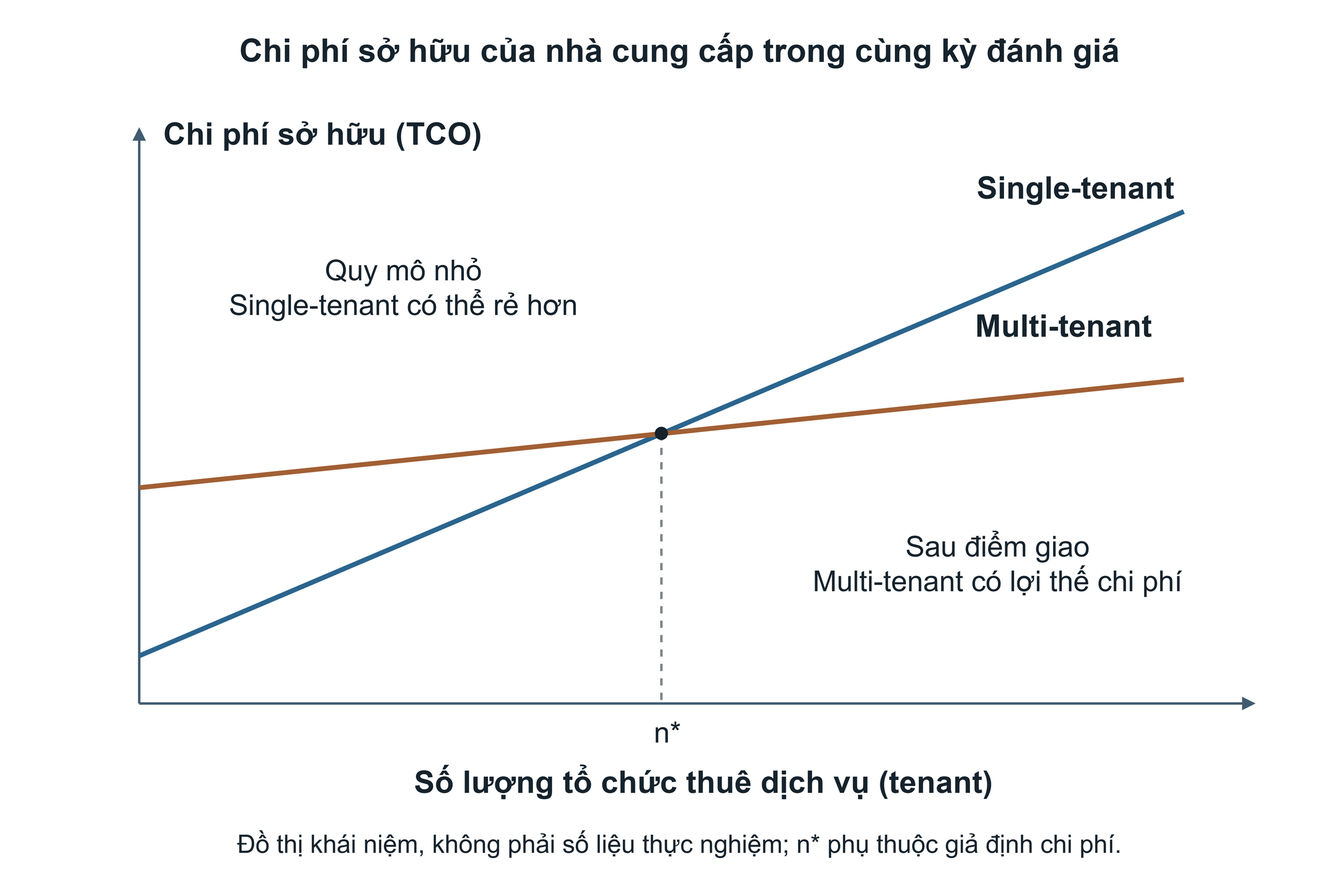
Before: output/report-theo-dany/figures/editable-png/hinh_1_2_tco.drawio.png, a diagram exported from draw.io (Hungcb123/NCKH-Hung). Source tidied: cells renumbered, new cells last; positions are measured from the earlier drawing's top-left corner, leaving out a move shared by most shapes.
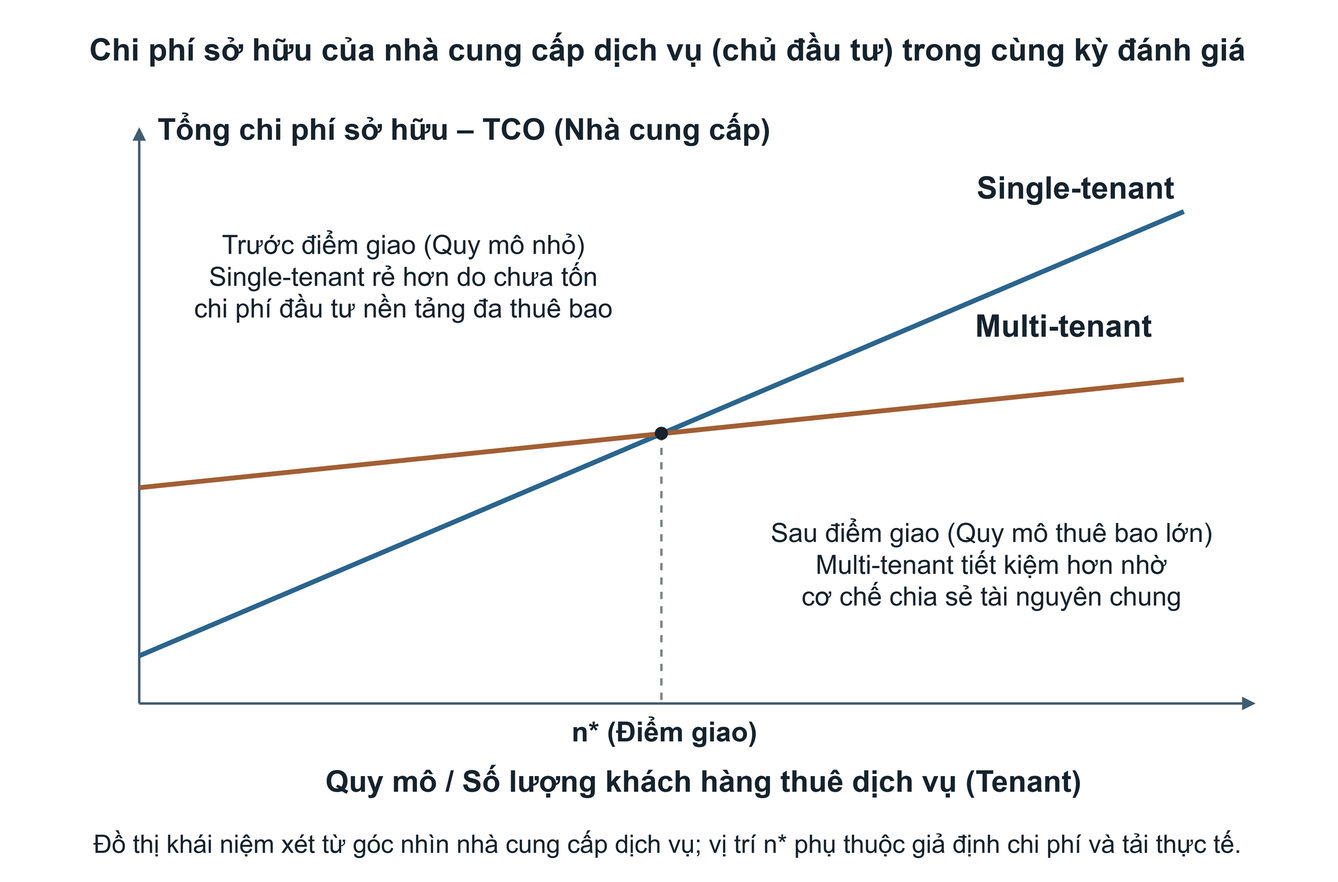
Above is the later version.

Change to the diagram source:
```diff
@@ -5,8 +5,8 @@
     <mxCell id="2" style="html=1;whiteSpace=wrap;fontFamily=Arial;fontColor=#16232D;fontSize=24;spacing=10;align=center;verticalAlign=middle;fillColor=none;strokeColor=none;" parent="1" vertex="1">
       <mxGeometry width="1100" height="720" as="geometry" />
     </mxCell>
-    <mxCell id="3" value="Chi phí sở hữu của nhà cung cấp trong cùng kỳ đánh giá" style="html=1;whiteSpace=wrap;fontFamily=Arial;fontColor=#16232D;fontSize=24;spacing=10;align=center;verticalAlign=middle;text;strokeColor=none;fillColor=none;fontSize=27;fontStyle=1;align=center;spacing=0;" parent="1" vertex="1">
-      <mxGeometry x="60" y="15" width="1000" height="50" as="geometry" />
+    <mxCell id="3" value="Chi phí sở hữu của nhà cung cấp dịch vụ (chủ đầu tư) trong cùng kỳ đánh giá" style="html=1;whiteSpace=wrap;fontFamily=Arial;fontColor=#16232D;fontSize=24;spacing=10;align=center;verticalAlign=middle;text;strokeColor=none;fillColor=none;fontSize=26;fontStyle=1;align=center;spacing=0;" parent="1" vertex="1">
+      <mxGeometry x="40" y="15" width="1020" height="50" as="geometry" />
     </mxCell>
     <mxCell id="4" style="html=1;rounded=0;endArrow=block;endFill=1;strokeColor=#425C70;strokeWidth=2;" parent="1" edge="1">
       <mxGeometry relative="1" as="geometry">
@@ -20,8 +20,8 @@
         <mxPoint x="110" y="100" as="targetPoint" />
       </mxGeometry>
     </mxCell>
-    <mxCell id="6" value="Chi phí sở hữu (TCO)" style="html=1;whiteSpace=wrap;fontFamily=Arial;fontColor=#16232D;fontSize=24;spacing=10;align=center;verticalAlign=middle;text;strokeColor=none;fillColor=none;fontSize=26;fontStyle=1;align=left;spacing=0;" parent="1" vertex="1">
-      <mxGeometry x="130" y="85" width="470" height="50" as="geometry" />
+    <mxCell id="6" value="Tổng chi phí sở hữu – TCO (Nhà cung cấp)" style="html=1;whiteSpace=wrap;fontFamily=Arial;fontColor=#16232D;fontSize=24;spacing=10;align=center;verticalAlign=middle;text;strokeColor=none;fillColor=none;fontSize=25;fontStyle=1;align=left;spacing=0;" parent="1" vertex="1">
+      <mxGeometry x="125" y="82" width="560" height="50" as="geometry" />
     </mxCell>
     <mxCell id="7" style="html=1;rounded=0;endArrow=none;endFill=1;strokeColor=#2B658E;strokeWidth=4;" parent="1" edge="1">
       <mxGeometry relative="1" as="geometry">
@@ -44,8 +44,8 @@
     <mxCell id="10" style="html=1;whiteSpace=wrap;fontFamily=Arial;fontColor=#16232D;fontSize=24;spacing=10;align=center;verticalAlign=middle;ellipse;fillColor=#16232D;strokeColor=#16232D;" parent="1" vertex="1">
       <mxGeometry x="540" y="350" width="10" height="10" as="geometry" />
     </mxCell>
-    <mxCell id="11" value="n*" style="html=1;whiteSpace=wrap;fontFamily=Arial;fontColor=#16232D;fontSize=24;spacing=10;align=center;verticalAlign=middle;text;strokeColor=none;fillColor=none;fontSize=24;fontStyle=0;align=center;spacing=0;" parent="1" vertex="1">
-      <mxGeometry x="520" y="585" width="60" height="35" as="geometry" />
+    <mxCell id="11" value="n* (Điểm giao)" style="html=1;whiteSpace=wrap;fontFamily=Arial;fontColor=#16232D;fontSize=24;spacing=10;align=center;verticalAlign=middle;text;strokeColor=none;fillColor=none;fontSize=23;fontStyle=1;align=center;spacing=0;" parent="1" vertex="1">
+      <mxGeometry x="460" y="585" width="175" height="35" as="geometry" />
     </mxCell>
     <mxCell id="12" value="Single-tenant" style="html=1;whiteSpace=wrap;fontFamily=Arial;fontColor=#16232D;fontSize=24;spacing=10;align=center;verticalAlign=middle;text;strokeColor=none;fillColor=none;fontSize=26;fontStyle=1;align=center;spacing=0;" parent="1" vertex="1">
       <mxGeometry x="760" y="130" width="260" height="50" as="geometry" />
@@ -53,17 +53,17 @@
     <mxCell id="13" value="Multi-tenant" style="html=1;whiteSpace=wrap;fontFamily=Arial;fontColor=#16232D;fontSize=24;spacing=10;align=center;verticalAlign=middle;text;strokeColor=none;fillColor=none;fontSize=26;fontStyle=1;align=center;spacing=0;" parent="1" vertex="1">
       <mxGeometry x="750" y="245" width="260" height="50" as="geometry" />
     </mxCell>
-    <mxCell id="14" value="Quy mô nhỏ&#10;Single-tenant có thể rẻ hơn" style="html=1;whiteSpace=wrap;fontFamily=Arial;fontColor=#16232D;fontSize=24;spacing=10;align=center;verticalAlign=middle;text;strokeColor=none;fillColor=none;fontSize=24;fontStyle=0;align=center;spacing=0;" parent="1" vertex="1">
-      <mxGeometry x="155" y="200" width="350" height="85" as="geometry" />
+    <mxCell id="14" value="Trước điểm giao (Quy mô nhỏ)&#10;Single-tenant rẻ hơn do chưa tốn&#10;chi phí đầu tư nền tảng đa thuê bao" style="html=1;whiteSpace=wrap;fontFamily=Arial;fontColor=#16232D;fontSize=24;spacing=10;align=center;verticalAlign=middle;text;strokeColor=none;fillColor=none;fontSize=22;fontStyle=0;align=center;spacing=0;" parent="1" vertex="1">
+      <mxGeometry x="135" y="180" width="390" height="105" as="geometry" />
     </mxCell>
-    <mxCell id="15" value="Sau điểm giao&#10;Multi-tenant có lợi thế chi phí" style="html=1;whiteSpace=wrap;fontFamily=Arial;fontColor=#16232D;fontSize=24;spacing=10;align=center;verticalAlign=middle;text;strokeColor=none;fillColor=none;fontSize=24;fontStyle=0;align=center;spacing=0;" parent="1" vertex="1">
-      <mxGeometry x="650" y="430" width="350" height="80" as="geometry" />
+    <mxCell id="15" value="Sau điểm giao (Quy mô thuê bao lớn)&#10;Multi-tenant tiết kiệm hơn nhờ&#10;cơ chế chia sẻ tài nguyên chung" style="html=1;whiteSpace=wrap;fontFamily=Arial;fontColor=#16232D;fontSize=24;spacing=10;align=center;verticalAlign=middle;text;strokeColor=none;fillColor=none;fontSize=22;fontStyle=0;align=center;spacing=0;" parent="1" vertex="1">
+      <mxGeometry x="620" y="420" width="400" height="105" as="geometry" />
     </mxCell>
-    <mxCell id="16" value="Số lượng tổ chức thuê dịch vụ (tenant)" style="html=1;whiteSpace=wrap;fontFamily=Arial;fontColor=#16232D;fontSize=24;spacing=10;align=center;verticalAlign=middle;text;strokeColor=none;fillColor=none;fontSize=26;fontStyle=1;align=center;spacing=0;" parent="1" vertex="1">
+    <mxCell id="16" value="Quy mô / Số lượng khách hàng thuê dịch vụ (Tenant)" style="html=1;whiteSpace=wrap;fontFamily=Arial;fontColor=#16232D;fontSize=24;spacing=10;align=center;verticalAlign=middle;text;strokeColor=none;fillColor=none;fontSize=25;fontStyle=1;align=center;spacing=0;" parent="1" vertex="1">
       <mxGeometry x="130" y="625" width="900" height="45" as="geometry" />
     </mxCell>
-    <mxCell id="17" value="Đồ thị khái niệm, không phải số liệu thực nghiệm; n* phụ thuộc giả định chi phí." style="html=1;whiteSpace=wrap;fontFamily=Arial;fontColor=#16232D;fontSize=24;spacing=10;align=center;verticalAlign=middle;text;strokeColor=none;fillColor=none;fontSize=21;fontStyle=0;align=center;spacing=0;" parent="1" vertex="1">
-      <mxGeometry x="60" y="680" width="1000" height="35" as="geometry" />
+    <mxCell id="17" value="Đồ thị khái niệm xét từ góc nhìn nhà cung cấp dịch vụ; vị trí n* phụ thuộc giả định chi phí và tải thực tế." style="html=1;whiteSpace=wrap;fontFamily=Arial;fontColor=#16232D;fontSize=24;spacing=10;align=center;verticalAlign=middle;text;strokeColor=none;fillColor=none;fontSize=21;fontStyle=0;align=center;spacing=0;" parent="1" vertex="1">
+      <mxGeometry x="40" y="680" width="1020" height="35" as="geometry" />
     </mxCell>
   </root>
 </mxGraphModel>
```
